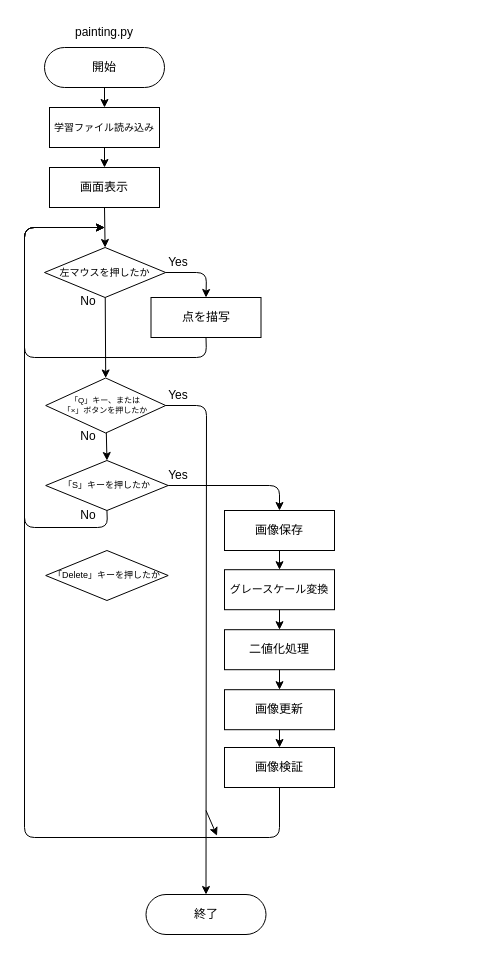
This is page "ペイントツール" (2 of 2) of E-Learning (Python)/opencv/learning_machine/learning_machine.dio from Yuya7124/til, a draw.io file, before an edit. Source tidied: cells renumbered, new cells numbered last; positions are measured from the earlier drawing's top-left corner, leaving out a move shared by most shapes. Both pictures are drawn from the tidied source at 100%, with x=0, y=0 at pixel (24, 17).
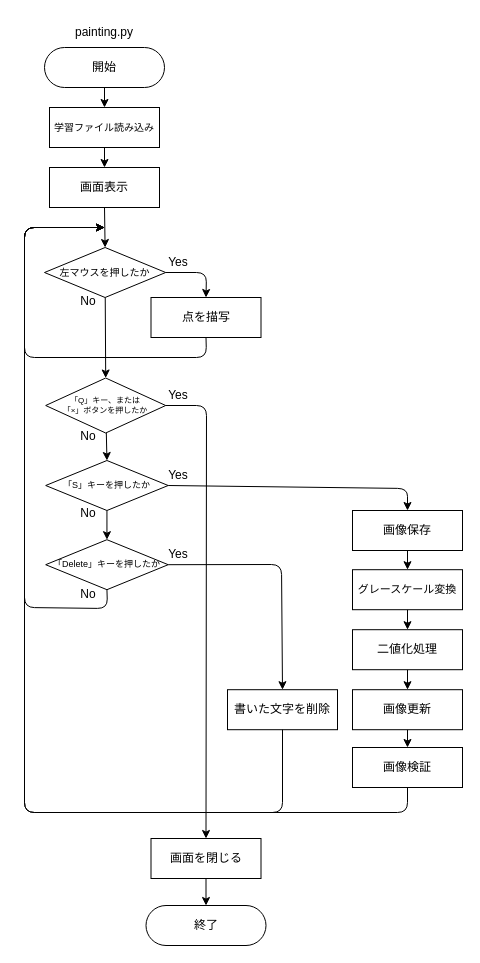
Above is the later version.

The change refers to these unchanged cells:
```xml
<mxCell id="15" value="&lt;font style=&quot;font-size: 8px;&quot;&gt;「Q」キー、または&lt;br style=&quot;font-size: 8px;&quot;&gt;「×」ボタンを押したか&lt;/font&gt;" style="rhombus;whiteSpace=wrap;html=1;fontSize=8;" parent="1" vertex="1">
  <mxGeometry x="21.2" y="360.5" width="120" height="55" as="geometry" />
</mxCell>
<mxCell id="31" value="&lt;font style=&quot;font-size: 9px;&quot;&gt;「S」キーを押したか&lt;/font&gt;" style="rhombus;whiteSpace=wrap;html=1;fontSize=9;" parent="1" vertex="1">
  <mxGeometry x="21.2" y="443" width="122.5" height="50" as="geometry" />
</mxCell>
```

Change to the diagram source:
```diff
@@
-    <mxCell id="17" style="edgeStyle=none;html=1;fontSize=12;entryX=0.5;entryY=0;entryDx=0;entryDy=0;" parent="1" edge="1">
-      <mxGeometry relative="1" as="geometry">
-        <mxPoint x="181.5" y="793" as="sourcePoint" />
-        <mxPoint x="192.5" y="818.2" as="targetPoint" />
-      </mxGeometry>
+    <mxCell id="17" style="edgeStyle=none;html=1;fontSize=12;entryX=0.5;entryY=0;entryDx=0;entryDy=0;exitX=0.5;exitY=1;exitDx=0;exitDy=0;" parent="1" edge="1" source="31" target="38">
+      <mxGeometry relative="1" as="geometry" />
     </mxCell>
-    <mxCell id="18" style="edgeStyle=none;html=1;exitX=1;exitY=0.5;exitDx=0;exitDy=0;entryX=0.5;entryY=0;entryDx=0;entryDy=0;" parent="1" edge="1" source="15" target="27">
+    <mxCell id="18" style="edgeStyle=none;html=1;exitX=1;exitY=0.5;exitDx=0;exitDy=0;entryX=0.5;entryY=0;entryDx=0;entryDy=0;" parent="1" edge="1" source="15" target="46">
       <mxGeometry relative="1" as="geometry">
         <Array as="points">
           <mxPoint x="182" y="388" />
         </Array>
       </mxGeometry>
     </mxCell>
@@
     <mxCell id="20" style="edgeStyle=none;html=1;exitX=1;exitY=0.5;exitDx=0;exitDy=0;entryX=0.5;entryY=0;entryDx=0;entryDy=0;" parent="1" edge="1" source="31" target="22">
       <mxGeometry relative="1" as="geometry">
         <Array as="points">
-          <mxPoint x="255" y="468" />
+          <mxPoint x="383" y="471" />
         </Array>
       </mxGeometry>
     </mxCell>
@@
     <mxCell id="22" value="画像保存" style="rounded=0;whiteSpace=wrap;html=1;" parent="1" vertex="1">
-      <mxGeometry x="200" y="493" width="110" height="40" as="geometry" />
+      <mxGeometry x="328" y="493" width="110" height="40" as="geometry" />
     </mxCell>
@@
     <mxCell id="24" value="二値化処理" style="rounded=0;whiteSpace=wrap;html=1;" parent="1" vertex="1">
-      <mxGeometry x="200" y="612.2" width="110" height="40" as="geometry" />
+      <mxGeometry x="328" y="612.2" width="110" height="40" as="geometry" />
     </mxCell>
@@
     <mxCell id="26" value="グレースケール変換" style="rounded=0;whiteSpace=wrap;html=1;fontSize=11;" parent="1" vertex="1">
-      <mxGeometry x="200" y="552.2" width="110" height="40" as="geometry" />
+      <mxGeometry x="328" y="552.2" width="110" height="40" as="geometry" />
     </mxCell>
     <mxCell id="27" value="終了" style="rounded=1;whiteSpace=wrap;html=1;arcSize=50;" parent="1" vertex="1">
-      <mxGeometry x="121.5" y="877" width="120" height="40" as="geometry" />
+      <mxGeometry x="121.5" y="888" width="120" height="40" as="geometry" />
     </mxCell>
@@
     <mxCell id="29" value="画像更新" style="rounded=0;whiteSpace=wrap;html=1;" parent="1" vertex="1">
-      <mxGeometry x="200" y="672.2" width="110" height="40" as="geometry" />
+      <mxGeometry x="328" y="672.2" width="110" height="40" as="geometry" />
     </mxCell>
@@
-    <mxCell id="33" style="endArrow=classic;html=1;exitX=0.5;exitY=1;exitDx=0;exitDy=0;" parent="1" edge="1" source="31">
-      <mxGeometry relative="1" as="geometry">
-        <mxPoint x="80" y="210" as="targetPoint" />
-        <Array as="points">
-          <mxPoint x="83" y="510" />
-          <mxPoint y="510" />
-          <mxPoint y="210" />
-        </Array>
-      </mxGeometry>
-    </mxCell>
     <mxCell id="34" value="No" style="text;html=1;strokeColor=none;fillColor=none;align=center;verticalAlign=middle;whiteSpace=wrap;rounded=0;" parent="1" vertex="1">
-      <mxGeometry x="33.5" y="482" width="60" height="31" as="geometry" />
+      <mxGeometry x="33.5" y="480" width="60" height="31" as="geometry" />
     </mxCell>
@@
     <mxCell id="36" style="edgeStyle=none;html=1;fontSize=10;" parent="1" edge="1" source="37">
       <mxGeometry relative="1" as="geometry">
         <mxPoint x="80" y="210" as="targetPoint" />
         <Array as="points">
-          <mxPoint x="255" y="820" />
-          <mxPoint y="820" />
+          <mxPoint x="383" y="795" />
+          <mxPoint y="795" />
           <mxPoint y="210" />
         </Array>
       </mxGeometry>
     </mxCell>
     <mxCell id="37" value="画像検証" style="rounded=0;whiteSpace=wrap;html=1;" parent="1" vertex="1">
-      <mxGeometry x="200" y="730" width="110" height="40" as="geometry" />
+      <mxGeometry x="328" y="730" width="110" height="40" as="geometry" />
     </mxCell>
     <mxCell id="38" value="&lt;font style=&quot;font-size: 9px;&quot;&gt;「Delete」キーを押したか&lt;/font&gt;" style="rhombus;whiteSpace=wrap;html=1;fontSize=9;" parent="1" vertex="1">
-      <mxGeometry x="21.2" y="533" width="122.5" height="50" as="geometry" />
+      <mxGeometry x="21.2" y="522.2" width="122.5" height="50" as="geometry" />
     </mxCell>
+    <mxCell id="39" style="endArrow=classic;html=1;exitX=0.5;exitY=1;exitDx=0;exitDy=0;" parent="1" edge="1" source="38">
+      <mxGeometry relative="1" as="geometry">
+        <mxPoint x="80" y="210" as="targetPoint" />
+        <Array as="points">
+          <mxPoint x="83" y="591" />
+          <mxPoint y="590" />
+          <mxPoint y="465" />
+          <mxPoint y="328" />
+          <mxPoint y="210" />
+        </Array>
+      </mxGeometry>
+    </mxCell>
+    <mxCell id="40" value="No" style="text;html=1;strokeColor=none;fillColor=none;align=center;verticalAlign=middle;whiteSpace=wrap;rounded=0;" parent="1" vertex="1">
+      <mxGeometry x="33.5" y="561.2" width="60" height="31" as="geometry" />
+    </mxCell>
+    <mxCell id="41" style="edgeStyle=none;html=1;exitX=1;exitY=0.5;exitDx=0;exitDy=0;entryX=0.5;entryY=0;entryDx=0;entryDy=0;" parent="1" edge="1" source="38" target="42">
+      <mxGeometry relative="1" as="geometry">
+        <Array as="points">
+          <mxPoint x="257" y="547" />
+        </Array>
+      </mxGeometry>
+    </mxCell>
+    <mxCell id="42" value="書いた文字を削除" style="rounded=0;whiteSpace=wrap;html=1;" parent="1" vertex="1">
+      <mxGeometry x="203" y="672.2" width="110" height="40" as="geometry" />
+    </mxCell>
+    <mxCell id="43" value="Yes" style="text;html=1;strokeColor=none;fillColor=none;align=center;verticalAlign=middle;whiteSpace=wrap;rounded=0;" parent="1" vertex="1">
+      <mxGeometry x="124" y="522.2" width="60" height="30" as="geometry" />
+    </mxCell>
+    <mxCell id="44" style="edgeStyle=none;html=1;fontSize=10;exitX=0.5;exitY=1;exitDx=0;exitDy=0;" parent="1" edge="1" source="42">
+      <mxGeometry relative="1" as="geometry">
+        <mxPoint x="80" y="210" as="targetPoint" />
+        <Array as="points">
+          <mxPoint x="258" y="795" />
+          <mxPoint y="795" />
+          <mxPoint y="210" />
+        </Array>
+      </mxGeometry>
+    </mxCell>
+    <mxCell id="45" style="edgeStyle=none;html=1;" parent="1" edge="1" source="46" target="27">
+      <mxGeometry relative="1" as="geometry" />
+    </mxCell>
+    <mxCell id="46" value="画面を閉じる" style="rounded=0;whiteSpace=wrap;html=1;" parent="1" vertex="1">
+      <mxGeometry x="126.5" y="821" width="110" height="40" as="geometry" />
+    </mxCell>
```
